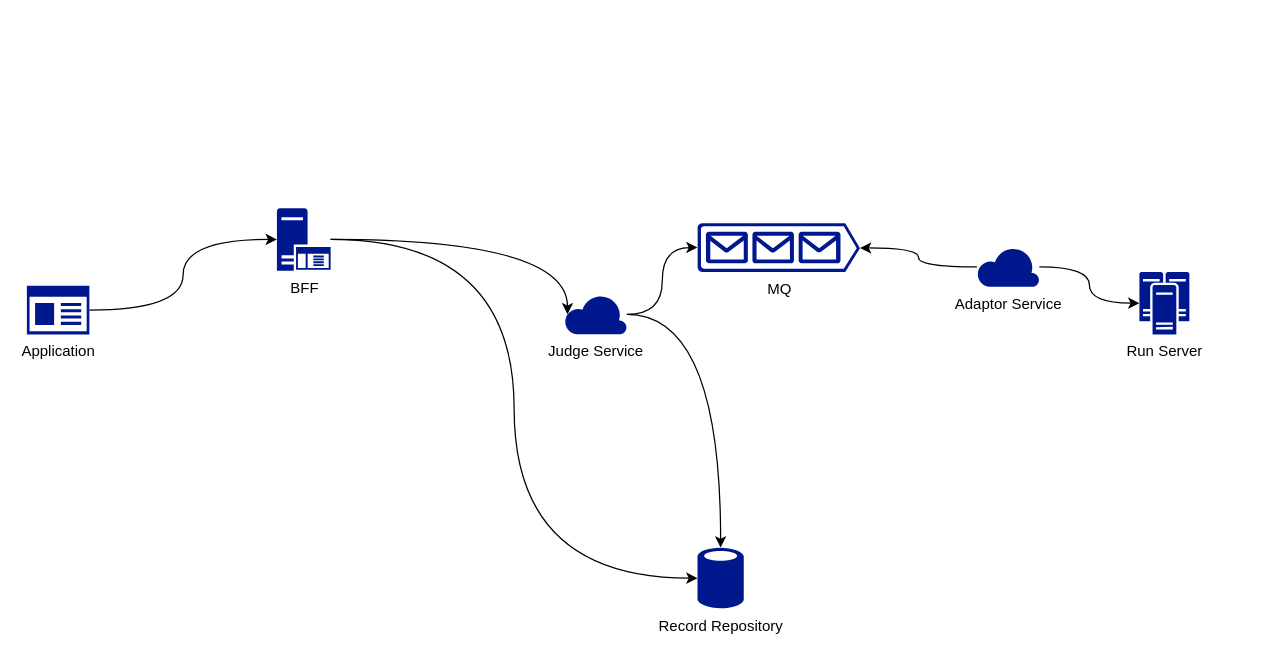
Above: map/oj-architecture.drawio in msqtt/Sources (draw.io), before the change. Source tidied: cells renumbered, new cells numbered last; positions are measured from the earlier drawing's top-left corner, leaving out a move shared by most shapes. Both pictures are drawn from the tidied source at 125%, with x=0, y=0 at pixel (26, 208).
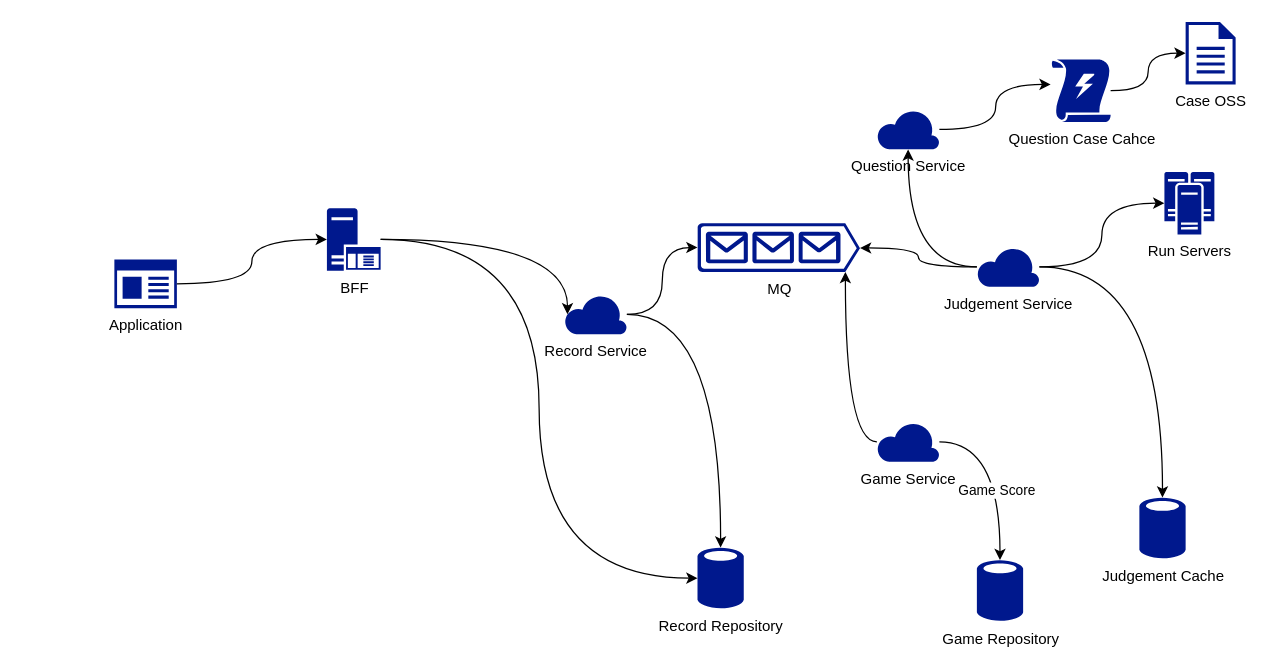
The same page after the edit.

Unchanged cells that the change refers to:
```xml
<mxCell id="9" value="MQ" style="sketch=0;shadow=0;dashed=0;html=1;strokeColor=none;labelPosition=center;verticalLabelPosition=bottom;verticalAlign=top;align=center;fillColor=#00188D;shape=mxgraph.azure.queue_generic;" parent="1" vertex="1">
  <mxGeometry x="536.5" y="12" width="130" height="39" as="geometry" />
</mxCell>
```

What changed in the source:
```diff
@@
     <mxCell id="2" value="Application" style="sketch=0;shadow=0;dashed=0;html=1;strokeColor=none;labelPosition=center;verticalLabelPosition=bottom;verticalAlign=top;align=center;fillColor=#00188D;shape=mxgraph.mscae.enterprise.app_generic;" parent="1" vertex="1">
-      <mxGeometry y="62" width="50" height="39" as="geometry" />
+      <mxGeometry x="70" y="41" width="50" height="39" as="geometry" />
     </mxCell>
     <mxCell id="3" value="BFF" style="sketch=0;shadow=0;dashed=0;html=1;strokeColor=none;labelPosition=center;verticalLabelPosition=bottom;verticalAlign=top;align=center;fillColor=#00188D;shape=mxgraph.mscae.enterprise.application_server;" parent="1" vertex="1">
-      <mxGeometry x="200" width="43" height="50" as="geometry" />
+      <mxGeometry x="240" width="43" height="50" as="geometry" />
     </mxCell>
-    <mxCell id="4" value="Judge Service" style="sketch=0;shadow=0;dashed=0;html=1;strokeColor=none;labelPosition=center;verticalLabelPosition=bottom;verticalAlign=top;align=center;fillColor=#00188D;shape=mxgraph.azure.cloud;" parent="1" vertex="1">
+    <mxCell id="4" value="Record Service" style="sketch=0;shadow=0;dashed=0;html=1;strokeColor=none;labelPosition=center;verticalLabelPosition=bottom;verticalAlign=top;align=center;fillColor=#00188D;shape=mxgraph.azure.cloud;" parent="1" vertex="1">
       <mxGeometry x="430" y="69" width="50" height="32" as="geometry" />
     </mxCell>
+    <mxCell id="16" style="edgeStyle=orthogonalEdgeStyle;rounded=0;jettySize=auto;html=1;curved=1;" parent="1" edge="1" source="5" target="27">
+      <mxGeometry relative="1" as="geometry" />
+    </mxCell>
-    <mxCell id="5" value="Adaptor Service" style="sketch=0;shadow=0;dashed=0;html=1;strokeColor=none;labelPosition=center;verticalLabelPosition=bottom;verticalAlign=top;align=center;fillColor=#00188D;shape=mxgraph.azure.cloud;" parent="1" vertex="1">
+    <mxCell id="5" value="Judgement Service" style="sketch=0;shadow=0;dashed=0;html=1;strokeColor=none;labelPosition=center;verticalLabelPosition=bottom;verticalAlign=top;align=center;fillColor=#00188D;shape=mxgraph.azure.cloud;" parent="1" vertex="1">
       <mxGeometry x="760" y="31" width="50" height="32" as="geometry" />
     </mxCell>
-    <mxCell id="6" value="Run Server" style="sketch=0;shadow=0;dashed=0;html=1;strokeColor=none;labelPosition=center;verticalLabelPosition=bottom;verticalAlign=top;align=center;fillColor=#00188D;shape=mxgraph.mscae.enterprise.cluster_server;" parent="1" vertex="1">
-      <mxGeometry x="890" y="51" width="40" height="50" as="geometry" />
+    <mxCell id="6" value="Run Servers" style="sketch=0;shadow=0;dashed=0;html=1;strokeColor=none;labelPosition=center;verticalLabelPosition=bottom;verticalAlign=top;align=center;fillColor=#00188D;shape=mxgraph.mscae.enterprise.cluster_server;" parent="1" vertex="1">
+      <mxGeometry x="910" y="-29" width="40" height="50" as="geometry" />
     </mxCell>
@@
+    <mxCell id="17" value="Judgement Cache" style="sketch=0;shadow=0;dashed=0;html=1;strokeColor=none;labelPosition=center;verticalLabelPosition=bottom;verticalAlign=top;align=center;fillColor=#00188D;shape=mxgraph.mscae.enterprise.database_generic;" parent="1" vertex="1">
+      <mxGeometry x="890" y="231" width="37" height="50" as="geometry" />
+    </mxCell>
+    <mxCell id="18" style="edgeStyle=orthogonalEdgeStyle;rounded=0;jettySize=auto;html=1;entryX=0.5;entryY=0.01;entryDx=0;entryDy=0;entryPerimeter=0;curved=1;" parent="1" edge="1" source="5" target="17">
+      <mxGeometry relative="1" as="geometry" />
+    </mxCell>
+    <mxCell id="19" value="Game Service" style="sketch=0;shadow=0;dashed=0;html=1;strokeColor=none;labelPosition=center;verticalLabelPosition=bottom;verticalAlign=top;align=center;fillColor=#00188D;shape=mxgraph.azure.cloud;" parent="1" vertex="1">
+      <mxGeometry x="680" y="171" width="50" height="32" as="geometry" />
+    </mxCell>
+    <mxCell id="20" style="edgeStyle=orthogonalEdgeStyle;rounded=0;jettySize=auto;html=1;entryX=0.91;entryY=1;entryDx=0;entryDy=0;entryPerimeter=0;curved=1;" parent="1" edge="1" source="19" target="9">
+      <mxGeometry relative="1" as="geometry" />
+    </mxCell>
+    <mxCell id="21" value="Game Repository" style="sketch=0;shadow=0;dashed=0;html=1;strokeColor=none;labelPosition=center;verticalLabelPosition=bottom;verticalAlign=top;align=center;fillColor=#00188D;shape=mxgraph.mscae.enterprise.database_generic;" parent="1" vertex="1">
+      <mxGeometry x="760" y="281" width="37" height="50" as="geometry" />
+    </mxCell>
+    <mxCell id="22" style="edgeStyle=orthogonalEdgeStyle;rounded=0;jettySize=auto;html=1;entryX=0.5;entryY=0.01;entryDx=0;entryDy=0;entryPerimeter=0;curved=1;" parent="1" edge="1" source="19" target="21">
+      <mxGeometry relative="1" as="geometry" />
+    </mxCell>
+    <mxCell id="23" value="Game Score " style="edgeLabel;html=1;align=center;verticalAlign=middle;" parent="22" vertex="1">
+      <mxGeometry x="0.22" y="-3" relative="1" as="geometry" />
+    </mxCell>
+    <mxCell id="24" value="&lt;div&gt;Case OSS&lt;/div&gt;" style="sketch=0;shadow=0;dashed=0;html=1;strokeColor=none;labelPosition=center;verticalLabelPosition=bottom;verticalAlign=top;align=center;fillColor=#00188D;shape=mxgraph.mscae.enterprise.document;" parent="1" vertex="1">
+      <mxGeometry x="927" y="-149" width="40" height="50" as="geometry" />
+    </mxCell>
+    <mxCell id="25" value="Question Case Cahce" style="sketch=0;shadow=0;dashed=0;html=1;strokeColor=none;labelPosition=center;verticalLabelPosition=bottom;verticalAlign=top;align=center;shape=mxgraph.mscae.enterprise.triggers;fillColor=#00188D;" parent="1" vertex="1">
+      <mxGeometry x="820" y="-119" width="47" height="50" as="geometry" />
+    </mxCell>
+    <mxCell id="26" style="edgeStyle=orthogonalEdgeStyle;rounded=0;jettySize=auto;html=1;entryX=0;entryY=0.5;entryDx=0;entryDy=0;entryPerimeter=0;curved=1;" parent="1" edge="1" source="25" target="24">
+      <mxGeometry relative="1" as="geometry" />
+    </mxCell>
+    <mxCell id="27" value="Question Service" style="sketch=0;shadow=0;dashed=0;html=1;strokeColor=none;labelPosition=center;verticalLabelPosition=bottom;verticalAlign=top;align=center;fillColor=#00188D;shape=mxgraph.azure.cloud;" parent="1" vertex="1">
+      <mxGeometry x="680" y="-79" width="50" height="32" as="geometry" />
+    </mxCell>
+    <mxCell id="28" style="edgeStyle=orthogonalEdgeStyle;rounded=0;jettySize=auto;html=1;entryX=-0.021;entryY=0.4;entryDx=0;entryDy=0;entryPerimeter=0;curved=1;" parent="1" edge="1" source="27" target="25">
+      <mxGeometry relative="1" as="geometry" />
+    </mxCell>
```
